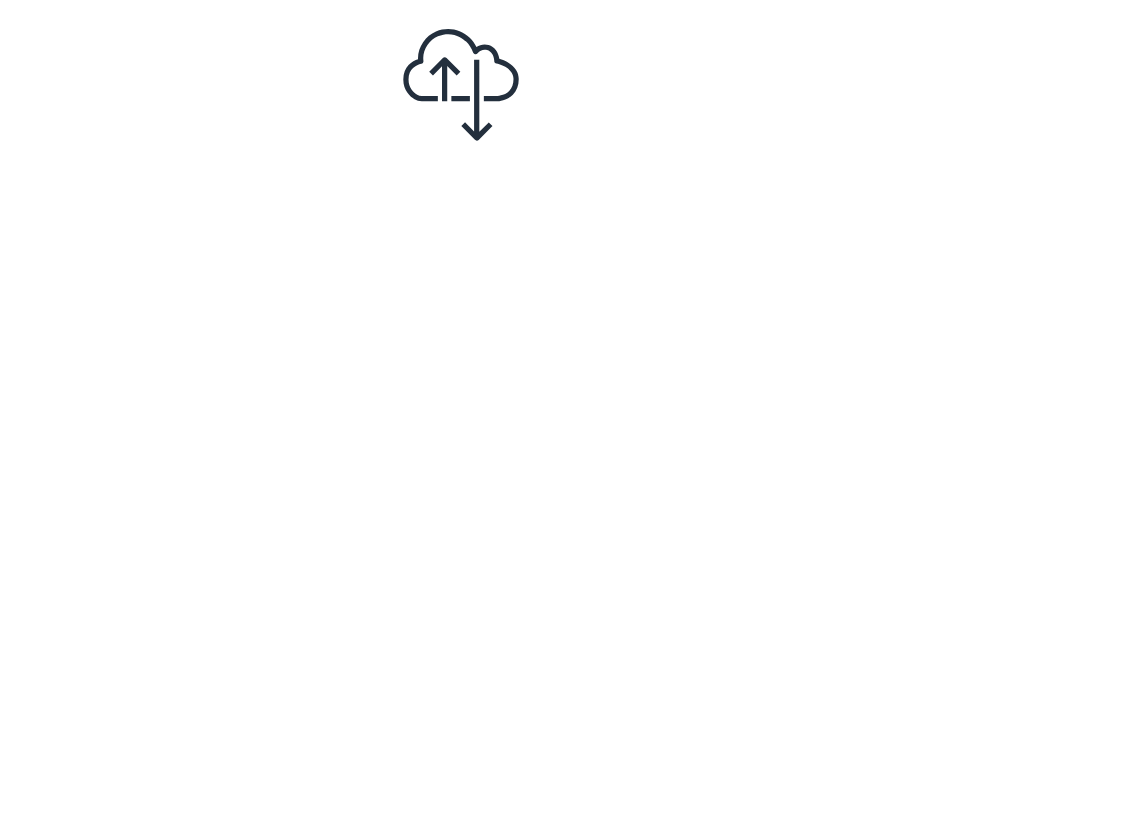
Earlier version of the draw.io diagram 未命名绘图.drawio (xyer-yu/test). Source tidied: cells renumbered, new cells numbered last; positions are measured from the earlier drawing's top-left corner, leaving out a move shared by most shapes. Both pictures are drawn from the tidied source at 148%, with x=0, y=0 at pixel (403, 25).
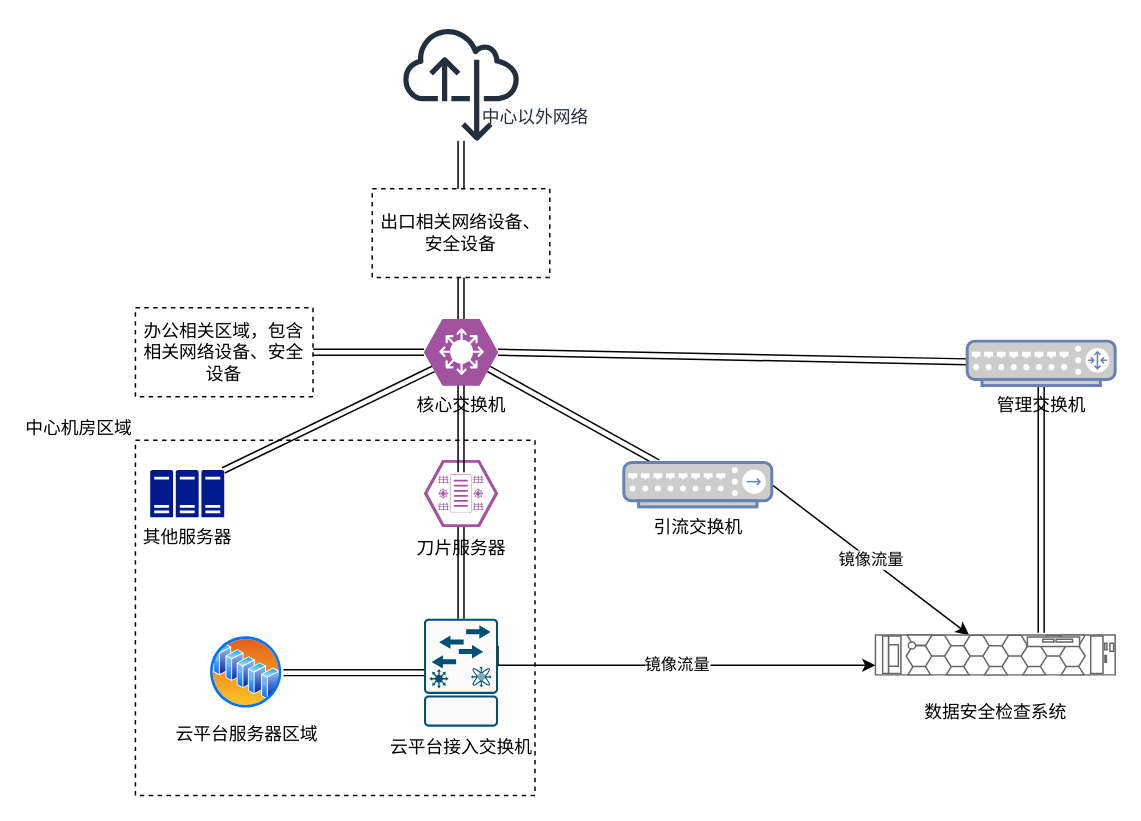
The same page after the edit.

Commit message:
更新未命名绘图.drawio

Change to the diagram source:
```diff
@@
-<mxGraphModel>
+<mxGraphModel background="#ffffff">
@@
+    <mxCell id="3" value="&lt;p align=&quot;left&quot; style=&quot;line-height: 100%; padding-top: 0px; margin-top: 0px; margin-bottom: 0px; padding-bottom: 0px; padding-right: 0px;&quot;&gt;&lt;font face=&quot;Times New Roman&quot;&gt;中心机房区域&lt;/font&gt;&lt;/p&gt;" style="rounded=0;whiteSpace=wrap;html=1;dashed=1;align=right;labelPosition=left;verticalLabelPosition=top;verticalAlign=bottom;textDirection=ltr;" parent="1" vertex="1">
+      <mxGeometry x="-181" y="280" width="270" height="240" as="geometry" />
+    </mxCell>
-    <mxCell id="2" style="sketch=0;outlineConnect=0;fontColor=#232F3E;gradientColor=none;fillColor=#232F3D;strokeColor=none;dashed=0;verticalLabelPosition=bottom;verticalAlign=top;align=center;html=1;fontSize=12;fontStyle=0;shape=mxgraph.aws4.internet_alt22;" parent="1" vertex="1">
+    <mxCell id="2" value="中心以外网络" style="sketch=0;outlineConnect=0;fontColor=#232F3E;gradientColor=none;fillColor=#232F3D;strokeColor=none;dashed=0;verticalLabelPosition=bottom;verticalAlign=top;align=center;html=1;fontSize=12;fontStyle=0;shape=mxgraph.aws4.internet_alt22;spacingLeft=100;spacingTop=-30;" parent="1" vertex="1">
       <mxGeometry width="78" height="78" as="geometry" />
     </mxCell>
+    <mxCell id="4" style="edgeStyle=none;rounded=0;jettySize=auto;html=1;exitX=1;exitY=0.5;exitDx=0;exitDy=0;exitPerimeter=0;shape=link;" parent="1" edge="1" source="6" target="16">
+      <mxGeometry relative="1" as="geometry" />
+    </mxCell>
+    <mxCell id="5" style="edgeStyle=none;rounded=0;jettySize=auto;html=1;exitX=0.875;exitY=0.75;exitDx=0;exitDy=0;exitPerimeter=0;shape=link;" parent="1" edge="1" source="6" target="14">
+      <mxGeometry relative="1" as="geometry" />
+    </mxCell>
+    <mxCell id="6" value="核心交换机" style="verticalLabelPosition=bottom;sketch=0;html=1;fillColor=#A153A0;strokeColor=#ffffff;verticalAlign=top;align=center;points=[[0,0.5,0],[0.125,0.25,0],[0.25,0,0],[0.5,0,0],[0.75,0,0],[0.875,0.25,0],[1,0.5,0],[0.875,0.75,0],[0.75,1,0],[0.5,1,0],[0.125,0.75,0]];shape=mxgraph.cisco_safe.compositeIcon;bgIcon=mxgraph.cisco_safe.design.blank_device;resIcon=mxgraph.cisco_safe.design.l3_switch;" parent="1" vertex="1">
+      <mxGeometry x="14" y="198" width="50" height="45" as="geometry" />
+    </mxCell>
+    <mxCell id="7" style="edgeStyle=none;rounded=0;jettySize=auto;html=1;shape=link;" parent="1" edge="1" source="9" target="20">
+      <mxGeometry relative="1" as="geometry" />
+    </mxCell>
+    <mxCell id="8" value="镜像流量" style="edgeStyle=orthogonalEdgeStyle;rounded=0;jettySize=auto;html=1;exitX=1;exitY=0.25;exitDx=0;exitDy=0;exitPerimeter=0;" parent="1" edge="1" source="9" target="25">
+      <mxGeometry relative="1" as="geometry">
+        <Array as="points">
+          <mxPoint x="64" y="432" />
+        </Array>
+      </mxGeometry>
+    </mxCell>
+    <mxCell id="9" value="云平台接入交换机" style="sketch=0;points=[[0.015,0.015,0],[0.985,0.015,0],[0.985,0.985,0],[0.015,0.985,0],[0.25,0,0],[0.5,0,0],[0.75,0,0],[1,0.25,0],[1,0.5,0],[1,0.75,0],[0.75,1,0],[0.5,1,0],[0.25,1,0],[0,0.75,0],[0,0.5,0],[0,0.25,0]];verticalLabelPosition=bottom;html=1;verticalAlign=top;align=center;shape=mxgraph.cisco19.rect;prIcon=fibre_channel_fabric_switch;fillColor=#FAFAFA;strokeColor=#005073;" parent="1" vertex="1">
+      <mxGeometry x="14" y="400.5" width="50" height="73" as="geometry" />
+    </mxCell>
+    <mxCell id="10" value="出口相关网络设备、安全设备" style="rounded=0;whiteSpace=wrap;html=1;dashed=1;" parent="1" vertex="1">
+      <mxGeometry x="-21" y="110" width="120" height="60" as="geometry" />
+    </mxCell>
+    <mxCell id="11" style="endArrow=classic;startArrow=classic;html=1;rounded=0;exitX=0.5;exitY=0;exitDx=0;exitDy=0;shape=link;" parent="1" edge="1" source="10" target="2">
+      <mxGeometry relative="1" as="geometry" />
+    </mxCell>
+    <mxCell id="12" style="rounded=0;jettySize=auto;html=1;exitX=0.5;exitY=1;exitDx=0;exitDy=0;entryX=0.5;entryY=0;entryDx=0;entryDy=0;entryPerimeter=0;shape=link;" parent="1" edge="1" source="10" target="6">
+      <mxGeometry relative="1" as="geometry" />
+    </mxCell>
+    <mxCell id="13" value="镜像流量" style="edgeStyle=none;rounded=0;jettySize=auto;html=1;exitX=1;exitY=0.5;exitDx=0;exitDy=0;exitPerimeter=0;" parent="1" edge="1" source="14" target="25">
+      <mxGeometry relative="1" as="geometry" />
+    </mxCell>
+    <mxCell id="14" value="&lt;font color=&quot;#000000&quot;&gt;引流交换机&lt;/font&gt;" style="fontColor=#0066CC;verticalAlign=top;verticalLabelPosition=bottom;labelPosition=center;align=center;html=1;outlineConnect=0;fillColor=#CCCCCC;strokeColor=#6881B3;gradientColor=none;gradientDirection=north;strokeWidth=2;shape=mxgraph.networks.hub;" parent="1" vertex="1">
+      <mxGeometry x="149" y="295" width="100" height="30" as="geometry" />
+    </mxCell>
+    <mxCell id="15" style="edgeStyle=none;rounded=0;jettySize=auto;html=1;shape=link;" parent="1" edge="1" source="16">
+      <mxGeometry relative="1" as="geometry">
+        <mxPoint x="431" y="410" as="targetPoint" />
+      </mxGeometry>
+    </mxCell>
+    <mxCell id="16" value="&lt;font color=&quot;#000000&quot;&gt;管理交换机&lt;/font&gt;" style="fontColor=#0066CC;verticalAlign=top;verticalLabelPosition=bottom;labelPosition=center;align=center;html=1;outlineConnect=0;fillColor=#CCCCCC;strokeColor=#6881B3;gradientColor=none;gradientDirection=north;strokeWidth=2;shape=mxgraph.networks.router;" parent="1" vertex="1">
+      <mxGeometry x="381" y="213" width="100" height="30" as="geometry" />
+    </mxCell>
+    <mxCell id="17" value="刀片服务器" style="verticalLabelPosition=bottom;sketch=0;html=1;fillColor=#A153A0;strokeColor=#ffffff;verticalAlign=top;align=center;points=[[0,0.5,0],[0.125,0.25,0],[0.25,0,0],[0.5,0,0],[0.75,0,0],[0.875,0.25,0],[1,0.5,0],[0.875,0.75,0],[0.75,1,0],[0.5,1,0],[0.125,0.75,0]];shape=mxgraph.cisco_safe.compositeIcon;bgIcon=mxgraph.cisco_safe.design.blank_device;resIcon=mxgraph.cisco_safe.design.blade_server_2;" parent="1" vertex="1">
+      <mxGeometry x="14" y="293.5" width="50" height="45" as="geometry" />
+    </mxCell>
+    <mxCell id="18" value="办公相关区域，包含相关网络设备、安全设备" style="rounded=0;whiteSpace=wrap;html=1;dashed=1;" parent="1" vertex="1">
+      <mxGeometry x="-181" y="190.5" width="120" height="60" as="geometry" />
+    </mxCell>
+    <mxCell id="19" style="edgeStyle=none;rounded=0;jettySize=auto;html=1;entryX=0;entryY=0.5;entryDx=0;entryDy=0;entryPerimeter=0;shape=link;" parent="1" edge="1" source="18" target="6">
+      <mxGeometry relative="1" as="geometry" />
+    </mxCell>
+    <mxCell id="20" value="云平台服务器区域" style="image;perimeter=ellipsePerimeter;html=1;align=center;shadow=0;dashed=0;spacingTop=3;image=img/lib/active_directory/server_farm.svg;" parent="1" vertex="1">
+      <mxGeometry x="-131" y="412" width="50" height="50" as="geometry" />
+    </mxCell>
+    <mxCell id="21" value="其他服务器" style="sketch=0;shadow=0;dashed=0;html=1;strokeColor=none;labelPosition=center;verticalLabelPosition=bottom;verticalAlign=top;align=center;fillColor=#00188D;shape=mxgraph.mscae.enterprise.server_farm;" parent="1" vertex="1">
+      <mxGeometry x="-171" y="300" width="50" height="32" as="geometry" />
+    </mxCell>
+    <mxCell id="22" style="edgeStyle=none;rounded=0;jettySize=auto;html=1;exitX=0.125;exitY=0.75;exitDx=0;exitDy=0;exitPerimeter=0;entryX=0.99;entryY=0.01;entryDx=0;entryDy=0;entryPerimeter=0;shape=link;" parent="1" edge="1" source="6" target="21">
+      <mxGeometry relative="1" as="geometry" />
+    </mxCell>
+    <mxCell id="23" style="edgeStyle=none;rounded=0;jettySize=auto;html=1;exitX=0.5;exitY=1;exitDx=0;exitDy=0;exitPerimeter=0;entryX=0.5;entryY=0.178;entryDx=0;entryDy=0;entryPerimeter=0;shape=link;" parent="1" edge="1" source="6" target="17">
+      <mxGeometry relative="1" as="geometry" />
+    </mxCell>
+    <mxCell id="24" style="edgeStyle=none;rounded=0;jettySize=auto;html=1;exitX=0.5;exitY=1;exitDx=0;exitDy=0;exitPerimeter=0;entryX=0.5;entryY=0;entryDx=0;entryDy=0;entryPerimeter=0;shape=link;" parent="1" edge="1" source="17" target="9">
+      <mxGeometry relative="1" as="geometry" />
+    </mxCell>
+    <mxCell id="25" value="&lt;p style=&quot;line-height: 100%;&quot;&gt;数据安全检查系统&lt;br&gt;&lt;/p&gt;" style="strokeColor=#666666;html=1;labelPosition=center;align=center;spacingLeft=0;shadow=0;dashed=0;outlineConnect=0;shape=mxgraph.rack.dell.poweredge_r540;verticalLabelPosition=bottom;verticalAlign=top;" parent="1" vertex="1">
+      <mxGeometry x="319" y="411.5" width="162" height="27" as="geometry" />
+    </mxCell>
```
